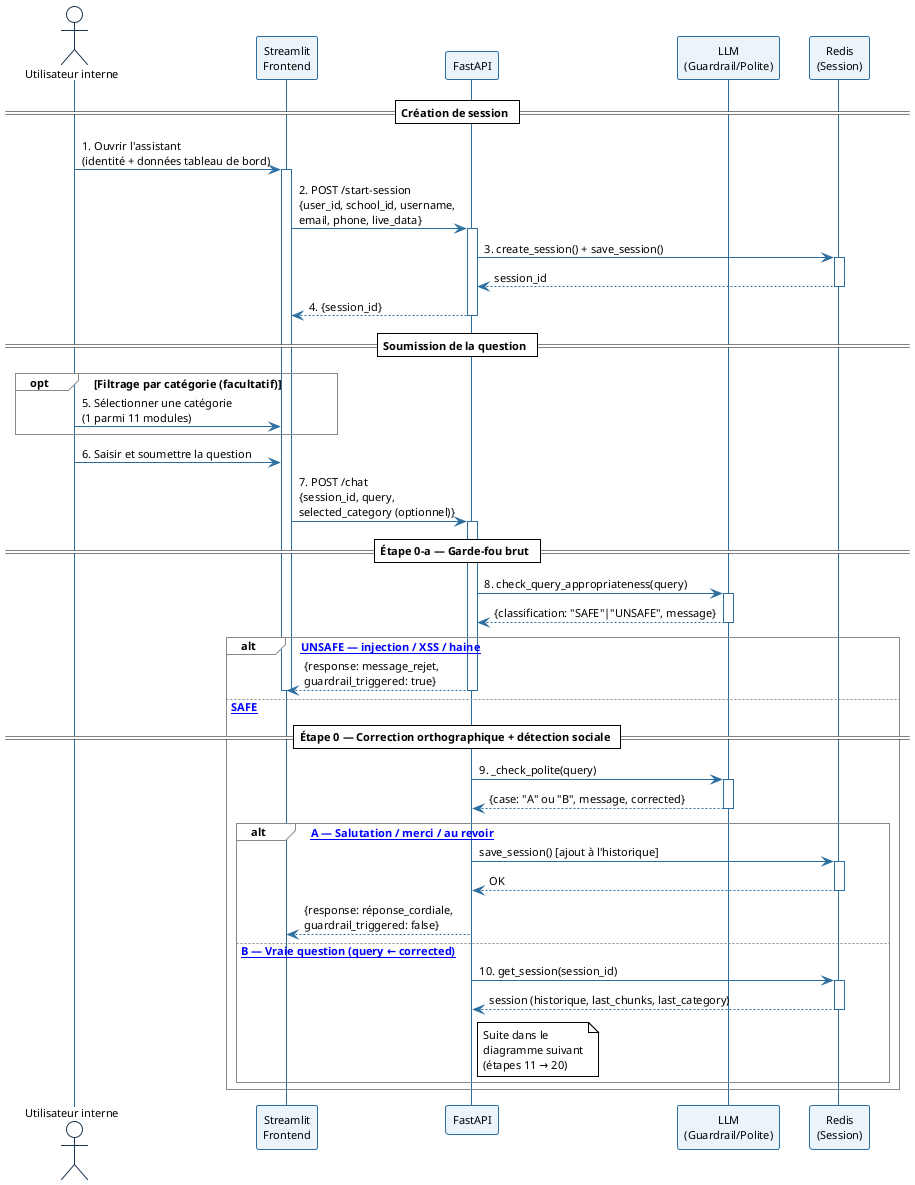
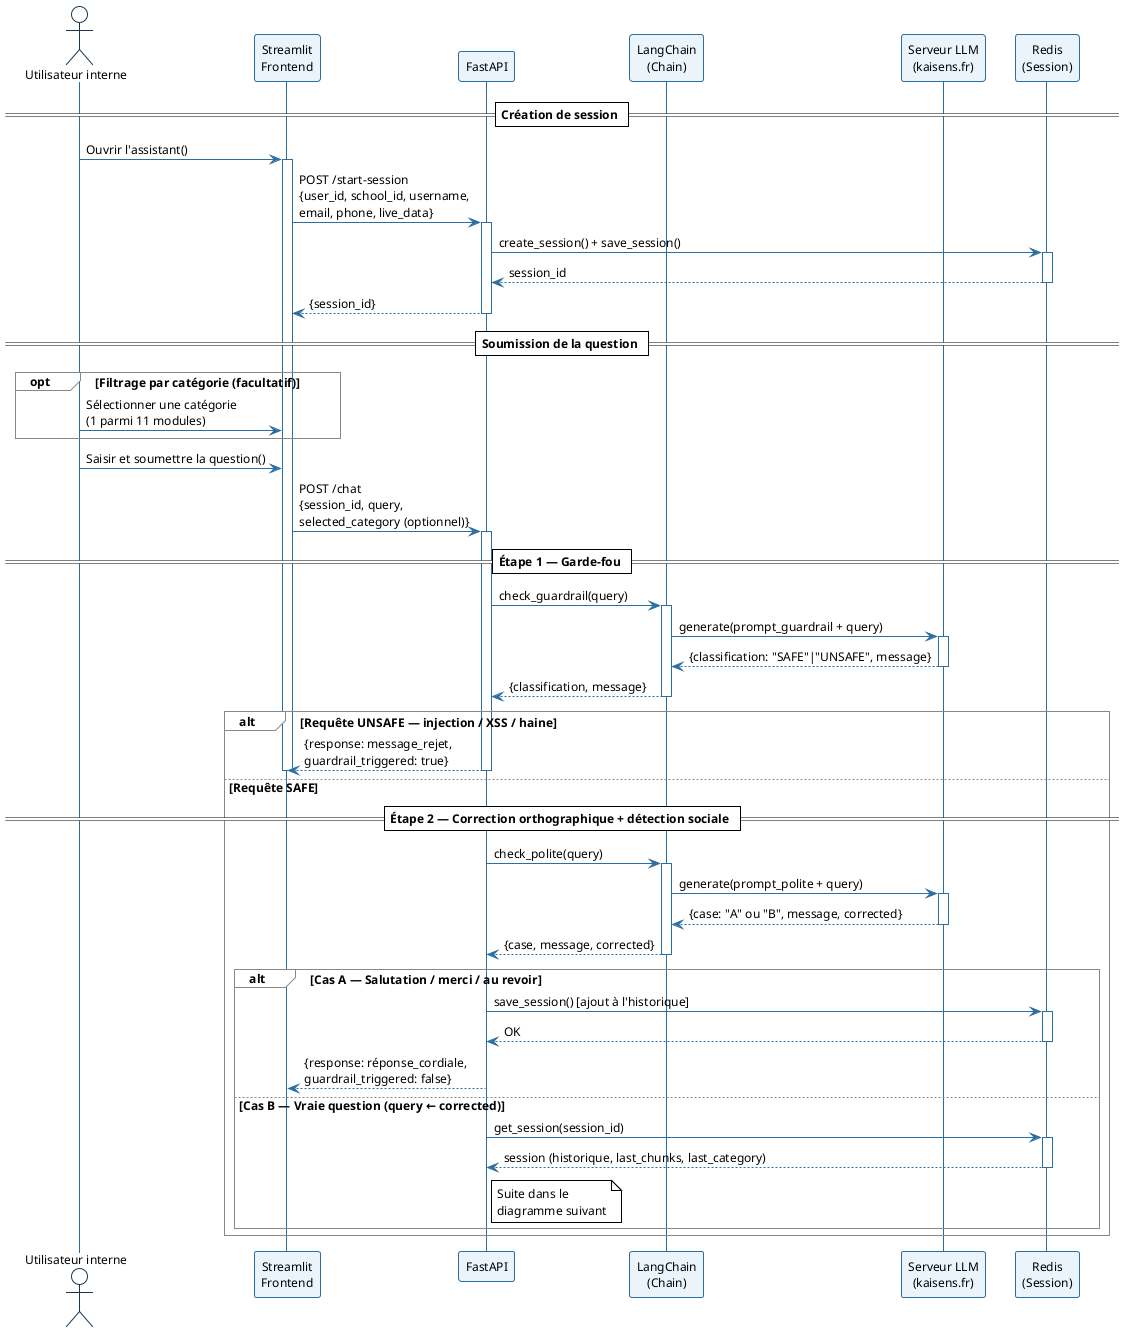
- ﻿@startuml sequence_support_init
+ @startuml sequence_support_init
!theme plain
skinparam sequenceArrowColor #2C6EA0
skinparam sequenceLifeLineBorderColor #2C6EA0
skinparam sequenceParticipantBorderColor #2C6EA0
skinparam sequenceParticipantBackgroundColor #EBF4FB
skinparam sequenceActorBorderColor #1A3550
skinparam sequenceGroupBorderColor #888888
skinparam defaultFontName Arial
- skinparam defaultFontSize 11
+ skinparam defaultFontSize 12


actor "Utilisateur interne" as U
participant "Streamlit\nFrontend" as FE
participant "FastAPI" as API
- participant "LLM\n(Guardrail/Polite)" as LLM
+ participant "LangChain\n(Chain)" as LC
+ participant "Serveur LLM\n(kaisens.fr)" as LLM
participant "Redis\n(Session)" as Redis

== Création de session ==

- U -> FE : 1. Ouvrir l'assistant\n(identité + données tableau de bord)
+ U -> FE : Ouvrir l'assistant()
activate FE

- FE -> API : 2. POST /start-session\n{user_id, school_id, username,\nemail, phone, live_data}
+ FE -> API : POST /start-session\n{user_id, school_id, username,\nemail, phone, live_data}
activate API

- API -> Redis : 3. create_session() + save_session()
+ API -> Redis : create_session() + save_session()
activate Redis
Redis --> API : session_id
deactivate Redis

- API --> FE : 4. {session_id}
+ API --> FE : {session_id}
deactivate API

== Soumission de la question ==

opt Filtrage par catégorie (facultatif)
-   U -> FE : 5. Sélectionner une catégorie\n(1 parmi 11 modules)
+   U -> FE : Sélectionner une catégorie\n(1 parmi 11 modules)
end

- U -> FE : 6. Saisir et soumettre la question
+ U -> FE : Saisir et soumettre la question()

- FE -> API : 7. POST /chat\n{session_id, query,\nselected_category (optionnel)}
+ FE -> API : POST /chat\n{session_id, query,\nselected_category (optionnel)}
activate API

- == Étape 0-a — Garde-fou brut ==
+ == Étape 1 — Garde-fou ==

- API -> LLM : 8. check_query_appropriateness(query)
+ API -> LC : check_guardrail(query)
+ activate LC
+ LC -> LLM : generate(prompt_guardrail + query)
activate LLM
- LLM --> API : {classification: "SAFE"|"UNSAFE", message}
+ LLM --> LC : {classification: "SAFE"|"UNSAFE", message}
deactivate LLM
+ LC --> API : {classification, message}
+ deactivate LC

- alt [Requête UNSAFE — injection / XSS / haine]
+ alt Requête UNSAFE — injection / XSS / haine
  API --> FE : {response: message_rejet,\nguardrail_triggered: true}
  deactivate API
  deactivate FE

- else [Requête SAFE]
+ else Requête SAFE

-   == Étape 0 — Correction orthographique + détection sociale ==
+   == Étape 2 — Correction orthographique + détection sociale ==

-   API -> LLM : 9. _check_polite(query)
+   API -> LC : check_polite(query)
+   activate LC
+   LC -> LLM : generate(prompt_polite + query)
  activate LLM
-   LLM --> API : {case: "A" ou "B", message, corrected}
+   LLM --> LC : {case: "A" ou "B", message, corrected}
  deactivate LLM
+   LC --> API : {case, message, corrected}
+   deactivate LC

-   alt [Cas A — Salutation / merci / au revoir]
+   alt Cas A — Salutation / merci / au revoir
    API -> Redis : save_session() [ajout à l'historique]
    activate Redis
    Redis --> API : OK
    deactivate Redis
    API --> FE : {response: réponse_cordiale,\nguardrail_triggered: false}
    deactivate API
    deactivate FE

-   else [Cas B — Vraie question (query ← corrected)]
-     API -> Redis : 10. get_session(session_id)
+   else Cas B — Vraie question (query ← corrected)
+     API -> Redis : get_session(session_id)
    activate Redis
    Redis --> API : session (historique, last_chunks, last_category)
    deactivate Redis
-     note right of API : Suite dans le\ndiagramme suivant\n(étapes 11 → 20)
+     note right of API : Suite dans le\ndiagramme suivant
    deactivate API
    deactivate FE
  end

end

@enduml
